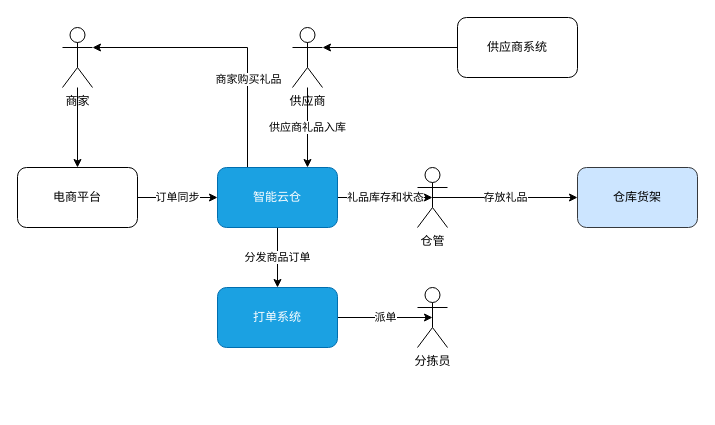
Before: page "Page-1" (1 of 2) of 智能云仓.drawio in lafite1987/draw, a draw.io diagram. Source tidied: cells renumbered, new cells numbered last; positions are measured from the earlier drawing's top-left corner, leaving out a move shared by most shapes. Both pictures are drawn from the tidied source at 100%, with x=0, y=0 at pixel (17, 17).
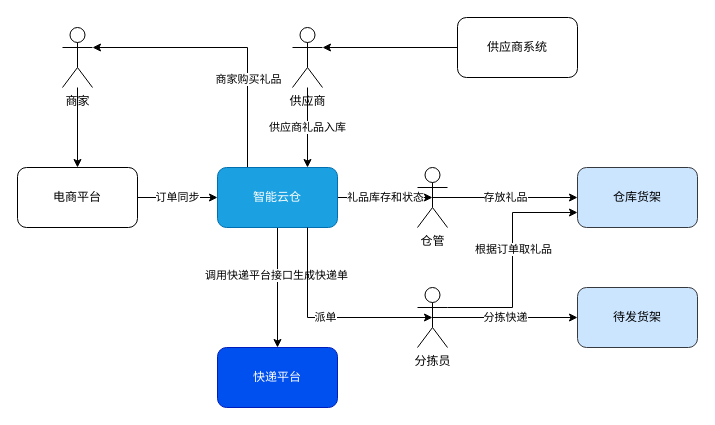
After the change.

The change refers to these unchanged cells:
```xml
<mxCell id="6" value="智能云仓" style="rounded=1;whiteSpace=wrap;html=1;fillColor=#1ba1e2;fontColor=#ffffff;strokeColor=#006EAF;" parent="1" vertex="1">
  <mxGeometry x="200" y="150" width="120" height="60" as="geometry" />
</mxCell>
<mxCell id="17" value="分拣员" style="shape=umlActor;verticalLabelPosition=bottom;verticalAlign=top;html=1;outlineConnect=0;" parent="1" vertex="1">
  <mxGeometry x="400" y="270" width="30" height="60" as="geometry" />
</mxCell>
<mxCell id="18" value="仓库货架" style="rounded=1;whiteSpace=wrap;html=1;fillColor=#cce5ff;strokeColor=#36393d;" parent="1" vertex="1">
  <mxGeometry x="560" y="150" width="120" height="60" as="geometry" />
</mxCell>
```

The edit, as a diff of the source:
```diff
@@
-    <mxCell id="4" value="分发商品订单" style="edgeStyle=orthogonalEdgeStyle;rounded=0;jettySize=auto;html=1;exitX=0.5;exitY=1;exitDx=0;exitDy=0;" parent="1" edge="1" source="6" target="16">
-      <mxGeometry relative="1" as="geometry" />
-    </mxCell>
@@
+    <mxCell id="21" style="edgeStyle=orthogonalEdgeStyle;rounded=0;jettySize=auto;html=1;exitX=0.5;exitY=1;exitDx=0;exitDy=0;entryX=0.5;entryY=0;entryDx=0;entryDy=0;" parent="1" edge="1" source="6" target="26">
+      <mxGeometry relative="1" as="geometry" />
+    </mxCell>
+    <mxCell id="22" value="调用快递平台接口生成快递单" style="edgeLabel;html=1;align=center;verticalAlign=middle;" parent="21" vertex="1">
+      <mxGeometry x="-0.22" y="-2" relative="1" as="geometry" />
+    </mxCell>
@@
-    <mxCell id="15" value="派单" style="edgeStyle=orthogonalEdgeStyle;rounded=0;jettySize=auto;html=1;exitX=1;exitY=0.5;exitDx=0;exitDy=0;entryX=0.5;entryY=0.5;entryDx=0;entryDy=0;entryPerimeter=0;" parent="1" edge="1" source="16" target="17">
-      <mxGeometry relative="1" as="geometry" />
+    <mxCell id="15" value="派单" style="edgeStyle=orthogonalEdgeStyle;rounded=0;jettySize=auto;html=1;exitX=0.75;exitY=1;exitDx=0;exitDy=0;entryX=0.5;entryY=0.5;entryDx=0;entryDy=0;entryPerimeter=0;" parent="1" edge="1" source="6" target="17">
+      <mxGeometry relative="1" as="geometry">
+        <Array as="points">
+          <mxPoint x="290" y="300" />
+        </Array>
+      </mxGeometry>
     </mxCell>
-    <mxCell id="16" value="打单系统" style="rounded=1;whiteSpace=wrap;html=1;fillColor=#1ba1e2;fontColor=#ffffff;strokeColor=#006EAF;" parent="1" vertex="1">
-      <mxGeometry x="200" y="270" width="120" height="60" as="geometry" />
-    </mxCell>
+    <mxCell id="23" value="分拣快递" style="edgeStyle=orthogonalEdgeStyle;rounded=0;jettySize=auto;html=1;exitX=0.5;exitY=0.5;exitDx=0;exitDy=0;exitPerimeter=0;entryX=0;entryY=0.5;entryDx=0;entryDy=0;" parent="1" edge="1" source="17" target="27">
+      <mxGeometry relative="1" as="geometry" />
+    </mxCell>
+    <mxCell id="24" style="edgeStyle=orthogonalEdgeStyle;rounded=0;jettySize=auto;html=1;exitX=1;exitY=0.3333333333333333;exitDx=0;exitDy=0;exitPerimeter=0;entryX=0;entryY=0.75;entryDx=0;entryDy=0;" parent="1" edge="1" source="17" target="18">
+      <mxGeometry relative="1" as="geometry" />
+    </mxCell>
+    <mxCell id="25" value="根据订单取礼品" style="edgeLabel;html=1;align=center;verticalAlign=middle;" parent="24" vertex="1">
+      <mxGeometry x="0.1" relative="1" as="geometry" />
+    </mxCell>
@@
+    <mxCell id="26" value="快递平台" style="rounded=1;whiteSpace=wrap;html=1;fillColor=#0050ef;fontColor=#ffffff;strokeColor=#001DBC;" parent="1" vertex="1">
+      <mxGeometry x="200" y="330" width="120" height="60" as="geometry" />
+    </mxCell>
+    <mxCell id="27" value="待发货架" style="rounded=1;whiteSpace=wrap;html=1;fillColor=#cce5ff;strokeColor=#36393d;" parent="1" vertex="1">
+      <mxGeometry x="560" y="270" width="120" height="60" as="geometry" />
+    </mxCell>
```
